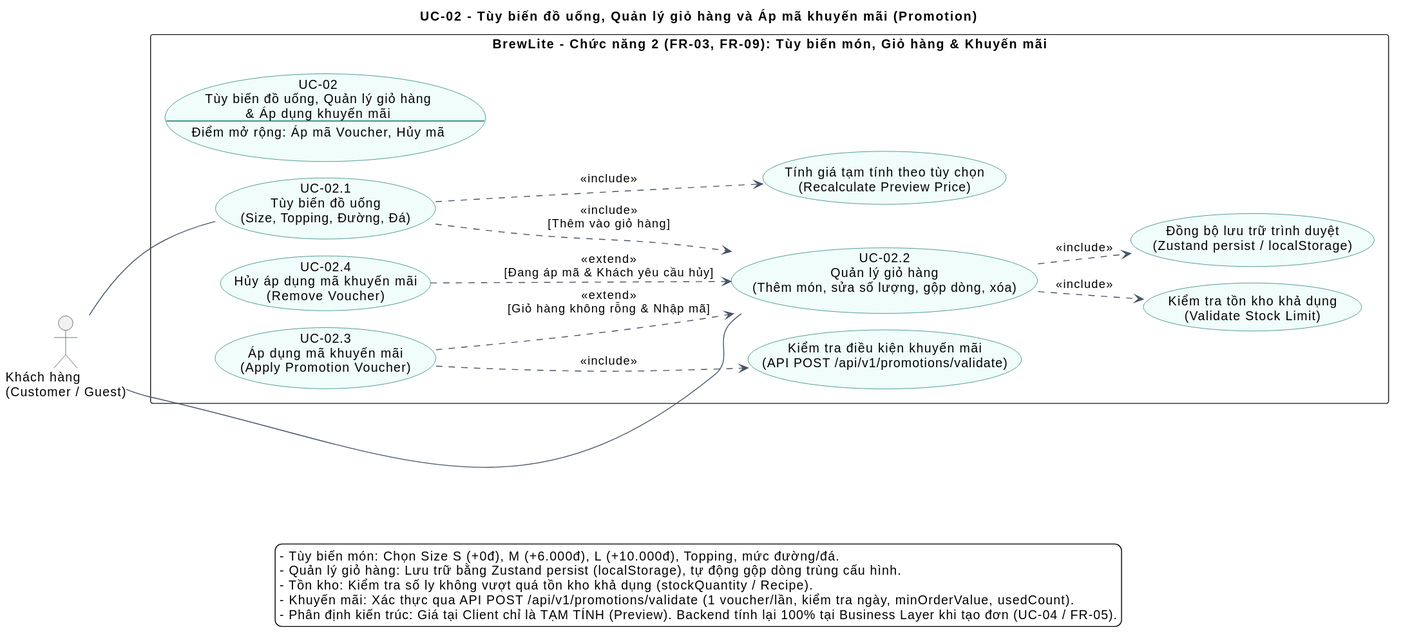
This is docs/diagrams/uc-02-cart-promotion.svg from SamuiSang/brewlite2, a PlantUML export, as it was before one commit.
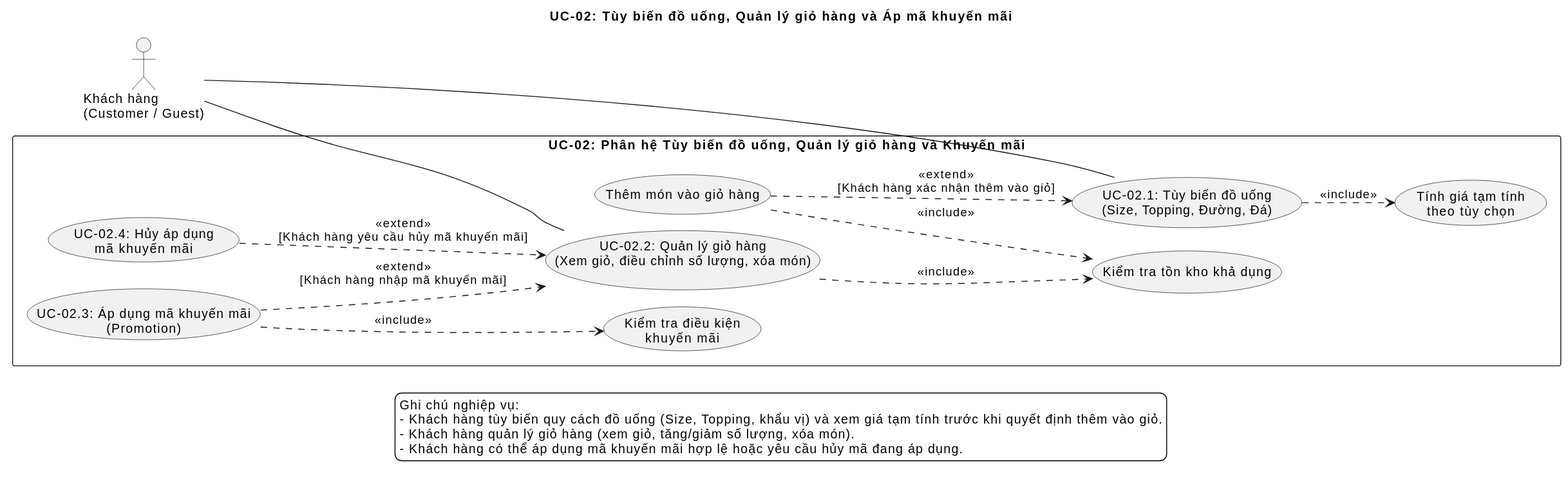
Above is the later version.

Commit message:
docs(diagrams): refactor UC-02 use case diagram to monochrome, fix include/extend relations and boundary

What changed in the source:
```diff
@@ -1,50 +1,44 @@
 @startuml
 !pragma layout smetana
 left to right direction
-skinparam backgroundColor white
+skinparam monochrome true
 skinparam shadowing false
 skinparam defaultFontName SansSerif
-skinparam packageStyle rectangle
-skinparam ArrowColor #475569
-skinparam usecaseBackgroundColor #F0FDFA
-skinparam usecaseBorderColor #0F766E
-skinparam actorBorderColor #334155
+skinparam backgroundColor white
 
-title UC-02 - Tùy biến đồ uống, Quản lý giỏ hàng và Áp mã khuyến mãi (Promotion)
+title UC-02: Tùy biến đồ uống, Quản lý giỏ hàng và Áp mã khuyến mãi
 
 actor "Khách hàng\n(Customer / Guest)" as Customer
 
-rectangle "BrewLite - Chức năng 2 (FR-03, FR-09): Tùy biến món, Giỏ hàng & Khuyến mãi" {
-  usecase "UC-02\nTùy biến đồ uống, Quản lý giỏ hàng\n& Áp dụng khuyến mãi\n--\nĐiểm mở rộng: Áp mã Voucher, Hủy mã" as UC_CartBase
-  usecase "UC-02.1\nTùy biến đồ uống\n(Size, Topping, Đường, Đá)" as UC_Customize
-  usecase "Tính giá tạm tính theo tùy chọn\n(Recalculate Preview Price)" as UC_CalcPreview
-  usecase "UC-02.2\nQuản lý giỏ hàng\n(Thêm món, sửa số lượng, gộp dòng, xóa)" as UC_ManageCart
-  usecase "Kiểm tra tồn kho khả dụng\n(Validate Stock Limit)" as UC_CheckStock
-  usecase "Đồng bộ lưu trữ trình duyệt\n(Zustand persist / localStorage)" as UC_Persist
-  usecase "UC-02.3\nÁp dụng mã khuyến mãi\n(Apply Promotion Voucher)" as UC_ApplyPromo
-  usecase "Kiểm tra điều kiện khuyến mãi\n(API POST /api/v1/promotions/validate)" as UC_ValidatePromo
-  usecase "UC-02.4\nHủy áp dụng mã khuyến mãi\n(Remove Voucher)" as UC_RemovePromo
+rectangle "UC-02: Phân hệ Tùy biến đồ uống, Quản lý giỏ hàng và Khuyến mãi" {
+  usecase "UC-02.1: Tùy biến đồ uống\n(Size, Topping, Đường, Đá)" as UC_Customize
+  usecase "Tính giá tạm tính\ntheo tùy chọn" as UC_CalcPrice
+  usecase "Thêm món vào giỏ hàng" as UC_AddToCart
+  usecase "UC-02.2: Quản lý giỏ hàng\n(Xem giỏ, điều chỉnh số lượng, xóa món)" as UC_ManageCart
+  usecase "Kiểm tra tồn kho khả dụng" as UC_CheckStock
+  usecase "UC-02.3: Áp dụng mã khuyến mãi\n(Promotion)" as UC_ApplyPromo
+  usecase "Kiểm tra điều kiện\nkhuyến mãi" as UC_ValidatePromo
+  usecase "UC-02.4: Hủy áp dụng\nmã khuyến mãi" as UC_RemovePromo
 
   Customer -- UC_Customize
   Customer -- UC_ManageCart
 
-  UC_Customize ..> UC_CalcPreview : <<include>>
-  UC_Customize ..> UC_ManageCart : <<include>>\n[Thêm vào giỏ hàng]
+  UC_Customize ..> UC_CalcPrice : <<include>>
+  UC_AddToCart ..> UC_Customize : <<extend>>\n[Khách hàng xác nhận thêm vào giỏ]
+  UC_AddToCart ..> UC_CheckStock : <<include>>
 
   UC_ManageCart ..> UC_CheckStock : <<include>>
-  UC_ManageCart ..> UC_Persist : <<include>>
 
-  UC_ApplyPromo ..> UC_ManageCart : <<extend>>\n[Giỏ hàng không rỗng & Nhập mã]
+  UC_ApplyPromo ..> UC_ManageCart : <<extend>>\n[Khách hàng nhập mã khuyến mãi]
   UC_ApplyPromo ..> UC_ValidatePromo : <<include>>
 
-  UC_RemovePromo ..> UC_ManageCart : <<extend>>\n[Đang áp mã & Khách yêu cầu hủy]
+  UC_RemovePromo ..> UC_ManageCart : <<extend>>\n[Khách hàng yêu cầu hủy mã khuyến mãi]
 }
 
 legend bottom
-  - Tùy biến món: Chọn Size S (+0đ), M (+6.000đ), L (+10.000đ), Topping, mức đường/đá.
-  - Quản lý giỏ hàng: Lưu trữ bằng Zustand persist (localStorage), tự động gộp dòng trùng cấu hình.
-  - Tồn kho: Kiểm tra số ly không vượt quá tồn kho khả dụng (stockQuantity / Recipe).
-  - Khuyến mãi: Xác thực qua API POST /api/v1/promotions/validate (1 voucher/lần, kiểm tra ngày, minOrderValue, usedCount).
-  - Phân định kiến trúc: Giá tại Client chỉ là TẠM TÍNH (Preview). Backend tính lại 100% tại Business Layer khi tạo đơn (UC-04 / FR-05).
+  Ghi chú nghiệp vụ:
+  - Khách hàng tùy biến quy cách đồ uống (Size, Topping, khẩu vị) và xem giá tạm tính trước khi quyết định thêm vào giỏ.
+  - Khách hàng quản lý giỏ hàng (xem giỏ, tăng/giảm số lượng, xóa món).
+  - Khách hàng có thể áp dụng mã khuyến mãi hợp lệ hoặc yêu cầu hủy mã đang áp dụng.
 endlegend
 @enduml
```
